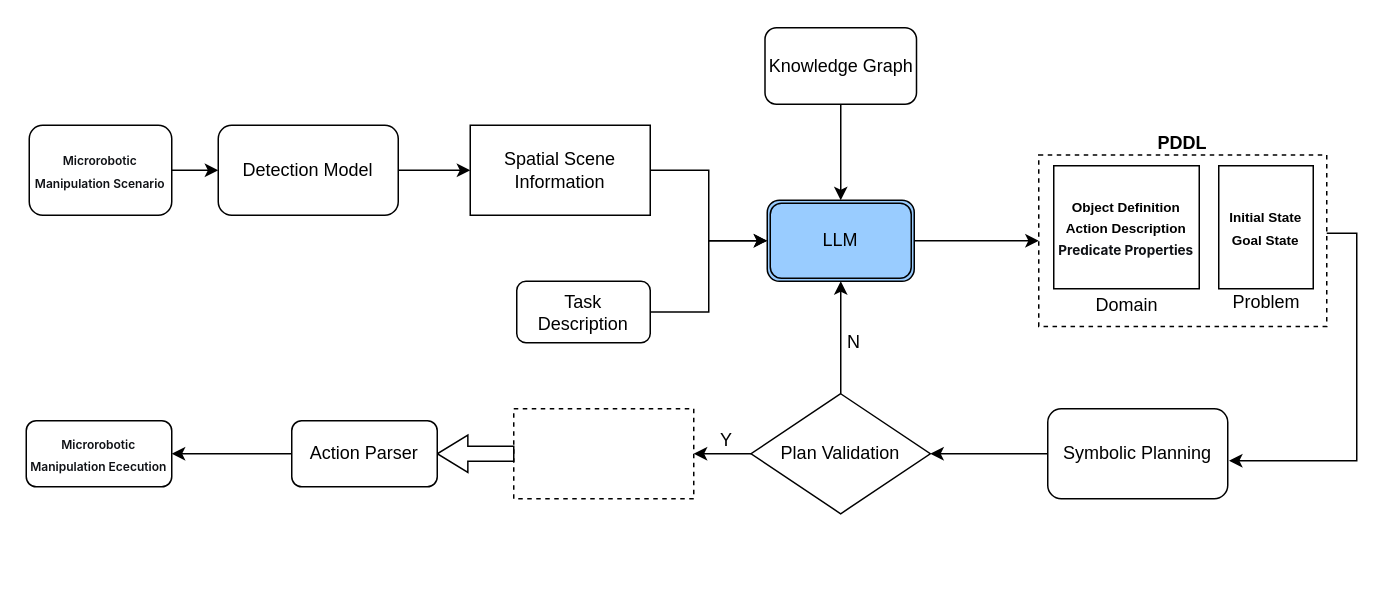
The draw.io diagram pipeline.drawio in Song-ling-wei/Song-ling-wei, before the edit. Source tidied: cells renumbered, new cells numbered last; positions are measured from the earlier drawing's top-left corner, leaving out a move shared by most shapes. Both pictures are drawn from the tidied source at 150%, with x=0, y=0 at pixel (26, 27).
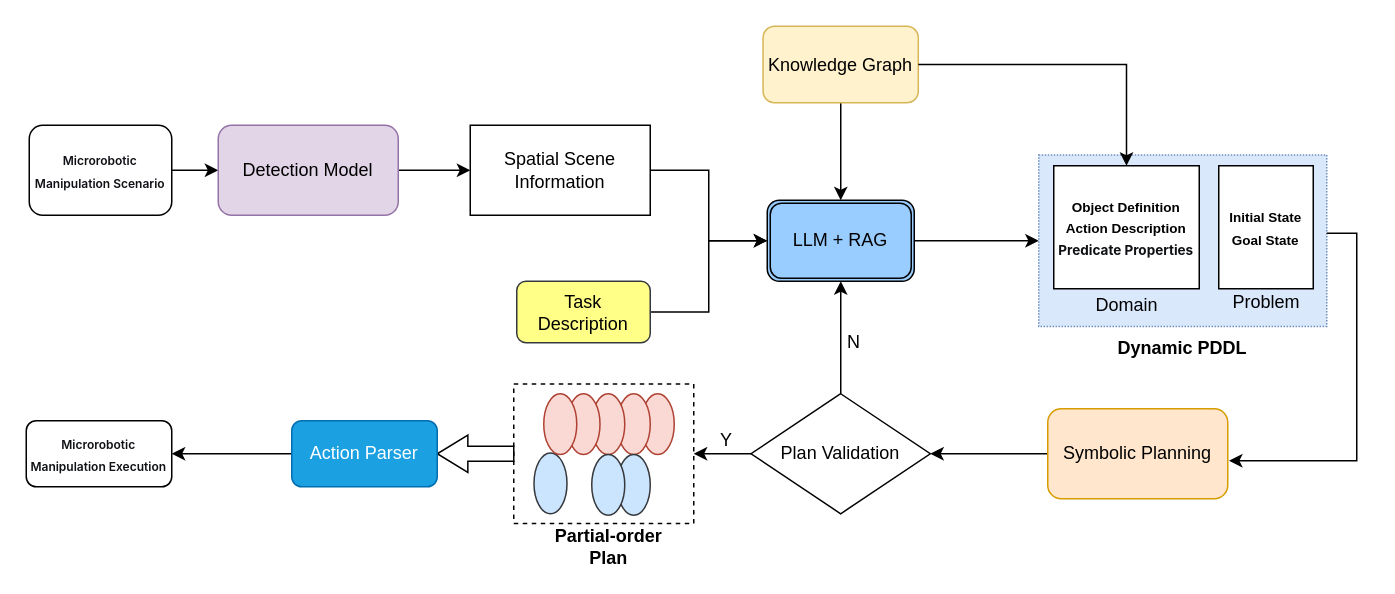
Above is the later version.

The change refers to these unchanged cells:
```xml
<mxCell id="15" value="&lt;font style=&quot;font-size: 9px;&quot;&gt;&lt;b&gt;Object Definition&lt;/b&gt;&lt;/font&gt;&lt;div&gt;&lt;font style=&quot;font-size: 9px;&quot;&gt;&lt;b&gt;Action Description&lt;/b&gt;&lt;/font&gt;&lt;/div&gt;&lt;div&gt;&lt;span style=&quot;color: rgb(15, 17, 21); font-family: quote-cjk-patch, Inter, system-ui, -apple-system, BlinkMacSystemFont, &amp;quot;Segoe UI&amp;quot;, Roboto, Oxygen, Ubuntu, Cantarell, &amp;quot;Open Sans&amp;quot;, &amp;quot;Helvetica Neue&amp;quot;, sans-serif; text-align: start; background-color: rgb(255, 255, 255);&quot;&gt;&lt;font style=&quot;font-size: 9px;&quot;&gt;&lt;b&gt;Predicate Properties&lt;/b&gt;&lt;/font&gt;&lt;/span&gt;&lt;/div&gt;" style="rounded=0;whiteSpace=wrap;html=1;" parent="1" vertex="1">
  <mxGeometry x="685" y="92" width="97" height="82" as="geometry" />
</mxCell>
```

The edit, as a diff of the source:
```diff
@@
-    <mxCell id="5" value="Detection Model" style="rounded=1;whiteSpace=wrap;html=1;" parent="1" vertex="1">
+    <mxCell id="5" value="Detection Model" style="rounded=1;whiteSpace=wrap;html=1;fillColor=#e1d5e7;strokeColor=#9673a6;" parent="1" vertex="1">
       <mxGeometry x="128" y="65" width="120" height="60" as="geometry" />
     </mxCell>
@@
-    <mxCell id="9" value="Task Description" style="rounded=1;whiteSpace=wrap;html=1;" parent="1" vertex="1">
+    <mxCell id="9" value="Task Description" style="rounded=1;whiteSpace=wrap;html=1;fillColor=#ffff88;strokeColor=#36393d;" parent="1" vertex="1">
       <mxGeometry x="327" y="169" width="89" height="41" as="geometry" />
     </mxCell>
@@
-    <mxCell id="11" value="Knowledge Graph" style="rounded=1;whiteSpace=wrap;html=1;" parent="1" vertex="1">
-      <mxGeometry x="492.5" width="101" height="51" as="geometry" />
+    <mxCell id="11" value="Knowledge Graph" style="rounded=1;whiteSpace=wrap;html=1;fillColor=#fff2cc;strokeColor=#d6b656;" parent="1" vertex="1">
+      <mxGeometry x="491.2" y="-1" width="103.5" height="51" as="geometry" />
     </mxCell>
@@
-    <mxCell id="13" value="LLM" style="shape=ext;double=1;rounded=1;whiteSpace=wrap;html=1;gradientColor=none;fillColor=#99CCFF;" parent="1" vertex="1">
+    <mxCell id="13" value="LLM + RAG" style="shape=ext;double=1;rounded=1;whiteSpace=wrap;html=1;gradientColor=none;fillColor=#99CCFF;" parent="1" vertex="1">
       <mxGeometry x="494" y="115" width="98" height="54" as="geometry" />
     </mxCell>
-    <mxCell id="14" style="rounded=0;whiteSpace=wrap;html=1;glass=0;dashed=1;" parent="1" vertex="1">
+    <mxCell id="14" style="rounded=0;whiteSpace=wrap;html=1;glass=0;dashed=1;dashPattern=1 1;fillStyle=solid;fillColor=#dae8fc;strokeColor=#6c8ebf;" parent="1" vertex="1">
       <mxGeometry x="675" y="84.9" width="192" height="114.2" as="geometry" />
     </mxCell>
@@
-    <mxCell id="17" value="&lt;b&gt;PDDL&lt;/b&gt;" style="text;html=1;whiteSpace=wrap;strokeColor=none;fillColor=none;align=center;verticalAlign=middle;rounded=0;" parent="1" vertex="1">
-      <mxGeometry x="741" y="62" width="60" height="30" as="geometry" />
+    <mxCell id="17" value="&lt;b&gt;Dynamic PDDL&lt;/b&gt;" style="text;html=1;whiteSpace=wrap;strokeColor=none;fillColor=none;align=center;verticalAlign=middle;rounded=0;" parent="1" vertex="1">
+      <mxGeometry x="718" y="199.1" width="106" height="30" as="geometry" />
     </mxCell>
@@
-    <mxCell id="21" value="Symbolic Planning" style="rounded=1;whiteSpace=wrap;html=1;" parent="1" vertex="1">
+    <mxCell id="21" value="Symbolic Planning" style="rounded=1;whiteSpace=wrap;html=1;fillColor=#ffe6cc;strokeColor=#d79b00;" parent="1" vertex="1">
       <mxGeometry x="681" y="254" width="120" height="60" as="geometry" />
     </mxCell>
@@
     <mxCell id="26" style="rounded=0;whiteSpace=wrap;html=1;dashed=1;" parent="1" vertex="1">
-      <mxGeometry x="325" y="254" width="120" height="60" as="geometry" />
+      <mxGeometry x="325" y="237.5" width="120" height="93" as="geometry" />
     </mxCell>
@@
-    <mxCell id="31" value="Action Parser" style="rounded=1;whiteSpace=wrap;html=1;" parent="1" vertex="1">
+    <mxCell id="31" value="Action Parser" style="rounded=1;whiteSpace=wrap;html=1;fillColor=#1ba1e2;strokeColor=#006EAF;fontColor=#ffffff;" parent="1" vertex="1">
       <mxGeometry x="177" y="262" width="97" height="44" as="geometry" />
     </mxCell>
-    <mxCell id="32" value="&lt;span style=&quot;color: rgb(15, 17, 21); font-family: quote-cjk-patch, Inter, system-ui, -apple-system, BlinkMacSystemFont, &amp;quot;Segoe UI&amp;quot;, Roboto, Oxygen, Ubuntu, Cantarell, &amp;quot;Open Sans&amp;quot;, &amp;quot;Helvetica Neue&amp;quot;, sans-serif; font-size: 8px; font-weight: 600; text-align: start; background-color: rgb(255, 255, 255);&quot;&gt;Microrobotic Manipulation Ececution&lt;/span&gt;" style="rounded=1;whiteSpace=wrap;html=1;" parent="1" vertex="1">
+    <mxCell id="32" value="&lt;span style=&quot;color: rgb(15, 17, 21); font-family: quote-cjk-patch, Inter, system-ui, -apple-system, BlinkMacSystemFont, &amp;quot;Segoe UI&amp;quot;, Roboto, Oxygen, Ubuntu, Cantarell, &amp;quot;Open Sans&amp;quot;, &amp;quot;Helvetica Neue&amp;quot;, sans-serif; font-size: 8px; font-weight: 600; text-align: start; background-color: rgb(255, 255, 255);&quot;&gt;Microrobotic Manipulation Execution&lt;/span&gt;" style="rounded=1;whiteSpace=wrap;html=1;" parent="1" vertex="1">
       <mxGeometry y="262" width="97" height="44" as="geometry" />
     </mxCell>
+    <mxCell id="33" style="ellipse;whiteSpace=wrap;html=1;direction=south;fillColor=#fad9d5;strokeColor=#ae4132;" parent="1" vertex="1">
+      <mxGeometry x="410" y="244" width="22" height="40.5" as="geometry" />
+    </mxCell>
+    <mxCell id="34" style="ellipse;whiteSpace=wrap;html=1;direction=south;fillColor=#fad9d5;strokeColor=#ae4132;" parent="1" vertex="1">
+      <mxGeometry x="394" y="244" width="22" height="40.5" as="geometry" />
+    </mxCell>
+    <mxCell id="35" style="ellipse;whiteSpace=wrap;html=1;direction=south;fillColor=#fad9d5;strokeColor=#ae4132;" parent="1" vertex="1">
+      <mxGeometry x="377" y="244" width="22" height="40.5" as="geometry" />
+    </mxCell>
+    <mxCell id="36" style="ellipse;whiteSpace=wrap;html=1;direction=south;fillColor=#cce5ff;strokeColor=#36393d;" parent="1" vertex="1">
+      <mxGeometry x="394" y="284.5" width="22" height="40.5" as="geometry" />
+    </mxCell>
+    <mxCell id="37" style="ellipse;whiteSpace=wrap;html=1;direction=south;fillColor=#fad9d5;strokeColor=#ae4132;" parent="1" vertex="1">
+      <mxGeometry x="360.5" y="244" width="22" height="40.5" as="geometry" />
+    </mxCell>
+    <mxCell id="38" style="ellipse;whiteSpace=wrap;html=1;direction=south;fillColor=#cce5ff;strokeColor=#36393d;" parent="1" vertex="1">
+      <mxGeometry x="338.5" y="283.5" width="22" height="40.5" as="geometry" />
+    </mxCell>
+    <mxCell id="39" style="ellipse;whiteSpace=wrap;html=1;direction=south;fillColor=#cce5ff;strokeColor=#36393d;" parent="1" vertex="1">
+      <mxGeometry x="377" y="284.5" width="22" height="40.5" as="geometry" />
+    </mxCell>
+    <mxCell id="40" style="ellipse;whiteSpace=wrap;html=1;direction=south;fillColor=#fad9d5;strokeColor=#ae4132;" parent="1" vertex="1">
+      <mxGeometry x="345" y="244" width="22" height="40.5" as="geometry" />
+    </mxCell>
+    <mxCell id="41" value="&lt;b&gt;Partial-order Plan&lt;/b&gt;" style="text;html=1;whiteSpace=wrap;strokeColor=none;fillColor=none;align=center;verticalAlign=middle;rounded=0;" parent="1" vertex="1">
+      <mxGeometry x="347.5" y="330.5" width="81" height="30" as="geometry" />
+    </mxCell>
+    <mxCell id="42" style="edgeStyle=orthogonalEdgeStyle;rounded=0;jettySize=auto;html=1;" parent="1" edge="1" source="11" target="15">
+      <mxGeometry relative="1" as="geometry" />
+    </mxCell>
```
